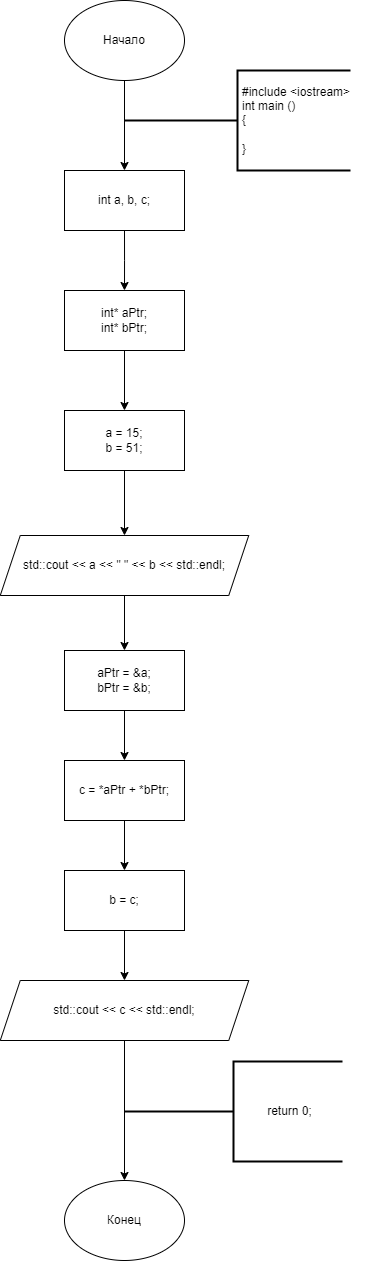
The draw.io diagram Labs_PSTU_2024/pointer_2/pointer_2.png in upupupahah/pupu, before a commit. Source tidied: cells renumbered, new cells last; positions are measured from the earlier drawing's top-left corner, leaving out a move shared by most shapes. Source of this version:
```xml
<mxGraphModel>
  <root>
    <mxCell id="0" />
    <mxCell id="1" parent="0" />
    <mxCell id="2" style="edgeStyle=orthogonalEdgeStyle;rounded=0;jettySize=auto;html=1;" parent="1" edge="1" source="3" target="5">
      <mxGeometry relative="1" as="geometry" />
    </mxCell>
    <mxCell id="3" value="Начало" style="ellipse;whiteSpace=wrap;html=1;" parent="1" vertex="1">
      <mxGeometry x="64" width="120" height="80" as="geometry" />
    </mxCell>
    <mxCell id="4" style="edgeStyle=orthogonalEdgeStyle;rounded=0;jettySize=auto;html=1;exitX=0.5;exitY=1;exitDx=0;exitDy=0;entryX=0.5;entryY=0;entryDx=0;entryDy=0;" parent="1" edge="1" source="5">
      <mxGeometry relative="1" as="geometry">
        <mxPoint x="124" y="290" as="targetPoint" />
      </mxGeometry>
    </mxCell>
    <mxCell id="5" value="int a, b, c;" style="whiteSpace=wrap;html=1;" parent="1" vertex="1">
      <mxGeometry x="64" y="170" width="120" height="60" as="geometry" />
    </mxCell>
    <mxCell id="6" style="strokeWidth=2;html=1;shape=mxgraph.flowchart.annotation_2;align=left;labelPosition=right;" parent="1" vertex="1">
      <mxGeometry x="124" y="70" width="226" height="100" as="geometry" />
    </mxCell>
    <mxCell id="7" value="#include &amp;lt;iostream&amp;gt;&lt;div&gt;int main ()&lt;/div&gt;&lt;div&gt;{&lt;/div&gt;&lt;div&gt;&lt;br&gt;&lt;/div&gt;&lt;div&gt;}&lt;/div&gt;" style="text;html=1;align=left;verticalAlign=middle;strokeColor=none;fillColor=none;" parent="1" vertex="1">
      <mxGeometry x="240" y="75" width="130" height="90" as="geometry" />
    </mxCell>
    <mxCell id="8" style="edgeStyle=orthogonalEdgeStyle;rounded=0;jettySize=auto;html=1;exitX=0.5;exitY=1;exitDx=0;exitDy=0;entryX=0.5;entryY=0;entryDx=0;entryDy=0;" parent="1" edge="1" source="9" target="11">
      <mxGeometry relative="1" as="geometry" />
    </mxCell>
    <mxCell id="9" value="int* aPtr;&lt;div&gt;int* bPtr;&lt;br&gt;&lt;/div&gt;" style="whiteSpace=wrap;html=1;" parent="1" vertex="1">
      <mxGeometry x="64" y="290" width="120" height="60" as="geometry" />
    </mxCell>
    <mxCell id="10" style="edgeStyle=orthogonalEdgeStyle;rounded=0;jettySize=auto;html=1;exitX=0.5;exitY=1;exitDx=0;exitDy=0;entryX=0.5;entryY=0;entryDx=0;entryDy=0;" parent="1" edge="1" source="11" target="13">
      <mxGeometry relative="1" as="geometry" />
    </mxCell>
    <mxCell id="11" value="a = 15;&lt;div&gt;b = 51;&lt;/div&gt;" style="whiteSpace=wrap;html=1;" parent="1" vertex="1">
      <mxGeometry x="64" y="410" width="120" height="60" as="geometry" />
    </mxCell>
    <mxCell id="12" style="edgeStyle=orthogonalEdgeStyle;rounded=0;jettySize=auto;html=1;exitX=0.5;exitY=1;exitDx=0;exitDy=0;entryX=0.5;entryY=0;entryDx=0;entryDy=0;" parent="1" edge="1" source="13" target="15">
      <mxGeometry relative="1" as="geometry" />
    </mxCell>
    <mxCell id="13" value="std::cout &amp;lt;&amp;lt; a &amp;lt;&amp;lt; &quot; &quot; &amp;lt;&amp;lt; b &amp;lt;&amp;lt; std::endl;" style="shape=parallelogram;perimeter=parallelogramPerimeter;whiteSpace=wrap;html=1;fixedSize=1;" parent="1" vertex="1">
      <mxGeometry x="-0.2" y="535" width="248.5" height="60" as="geometry" />
    </mxCell>
    <mxCell id="14" style="edgeStyle=orthogonalEdgeStyle;rounded=0;jettySize=auto;html=1;exitX=0.5;exitY=1;exitDx=0;exitDy=0;entryX=0.5;entryY=0;entryDx=0;entryDy=0;" parent="1" edge="1" source="15" target="17">
      <mxGeometry relative="1" as="geometry" />
    </mxCell>
    <mxCell id="15" value="aPtr = &amp;amp;a;&lt;div&gt;bPtr = &amp;amp;b;&lt;/div&gt;" style="whiteSpace=wrap;html=1;" parent="1" vertex="1">
      <mxGeometry x="64" y="650" width="120" height="60" as="geometry" />
    </mxCell>
    <mxCell id="16" style="edgeStyle=orthogonalEdgeStyle;rounded=0;jettySize=auto;html=1;exitX=0.5;exitY=1;exitDx=0;exitDy=0;" parent="1" edge="1" source="17" target="19">
      <mxGeometry relative="1" as="geometry" />
    </mxCell>
    <mxCell id="17" value="c = *aPtr + *bPtr;" style="whiteSpace=wrap;html=1;" parent="1" vertex="1">
      <mxGeometry x="64" y="760" width="120" height="60" as="geometry" />
    </mxCell>
    <mxCell id="18" style="edgeStyle=orthogonalEdgeStyle;rounded=0;jettySize=auto;html=1;exitX=0.5;exitY=1;exitDx=0;exitDy=0;entryX=0.5;entryY=0;entryDx=0;entryDy=0;" parent="1" edge="1" source="19" target="21">
      <mxGeometry relative="1" as="geometry" />
    </mxCell>
    <mxCell id="19" value="b = c;" style="whiteSpace=wrap;html=1;" parent="1" vertex="1">
      <mxGeometry x="64" y="870" width="120" height="60" as="geometry" />
    </mxCell>
    <mxCell id="20" style="edgeStyle=orthogonalEdgeStyle;rounded=0;jettySize=auto;html=1;exitX=0.5;exitY=1;exitDx=0;exitDy=0;entryX=0.5;entryY=0;entryDx=0;entryDy=0;" parent="1" edge="1" source="21" target="24">
      <mxGeometry relative="1" as="geometry" />
    </mxCell>
    <mxCell id="21" value="std::cout &amp;lt;&amp;lt; c &amp;lt;&amp;lt; std::endl;" style="shape=parallelogram;perimeter=parallelogramPerimeter;whiteSpace=wrap;html=1;fixedSize=1;" parent="1" vertex="1">
      <mxGeometry x="-0.2" y="980" width="248.5" height="60" as="geometry" />
    </mxCell>
    <mxCell id="22" style="strokeWidth=2;html=1;shape=mxgraph.flowchart.annotation_2;align=left;labelPosition=right;" parent="1" vertex="1">
      <mxGeometry x="124" y="1061" width="218" height="100" as="geometry" />
    </mxCell>
    <mxCell id="23" value="return 0;" style="text;html=1;align=center;verticalAlign=middle;strokeColor=none;fillColor=none;" parent="1" vertex="1">
      <mxGeometry x="253.6" y="1096" width="70" height="30" as="geometry" />
    </mxCell>
    <mxCell id="24" value="Конец" style="ellipse;whiteSpace=wrap;html=1;" parent="1" vertex="1">
      <mxGeometry x="64" y="1180" width="120" height="80" as="geometry" />
    </mxCell>
  </root>
</mxGraphModel>
```
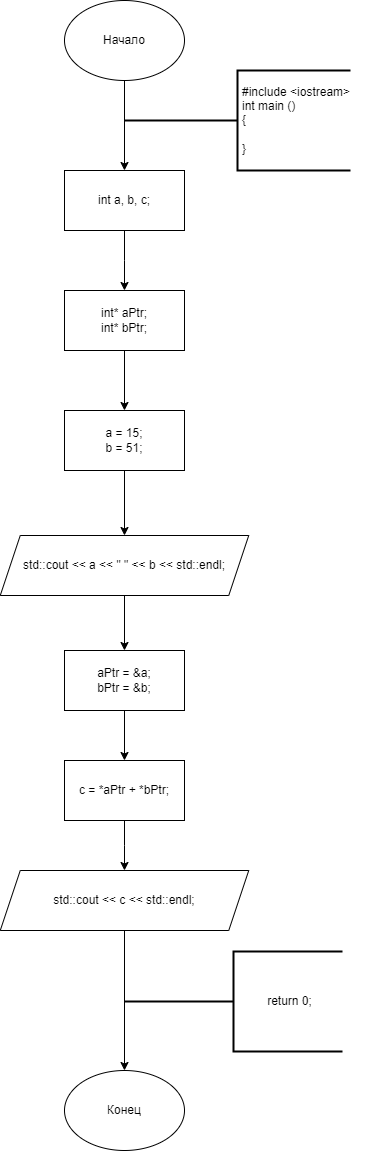
Later version of the same file.

Diff of the diagram source:
```diff
@@ -46,32 +46,28 @@
     <mxCell id="15" value="aPtr = &amp;amp;a;&lt;div&gt;bPtr = &amp;amp;b;&lt;/div&gt;" style="whiteSpace=wrap;html=1;" parent="1" vertex="1">
       <mxGeometry x="64" y="650" width="120" height="60" as="geometry" />
     </mxCell>
-    <mxCell id="16" style="edgeStyle=orthogonalEdgeStyle;rounded=0;jettySize=auto;html=1;exitX=0.5;exitY=1;exitDx=0;exitDy=0;" parent="1" edge="1" source="17" target="19">
-      <mxGeometry relative="1" as="geometry" />
+    <mxCell id="16" style="edgeStyle=orthogonalEdgeStyle;rounded=0;jettySize=auto;html=1;exitX=0.5;exitY=1;exitDx=0;exitDy=0;" parent="1" edge="1" source="17">
+      <mxGeometry relative="1" as="geometry">
+        <mxPoint x="124" y="870" as="targetPoint" />
+      </mxGeometry>
     </mxCell>
     <mxCell id="17" value="c = *aPtr + *bPtr;" style="whiteSpace=wrap;html=1;" parent="1" vertex="1">
       <mxGeometry x="64" y="760" width="120" height="60" as="geometry" />
     </mxCell>
-    <mxCell id="18" style="edgeStyle=orthogonalEdgeStyle;rounded=0;jettySize=auto;html=1;exitX=0.5;exitY=1;exitDx=0;exitDy=0;entryX=0.5;entryY=0;entryDx=0;entryDy=0;" parent="1" edge="1" source="19" target="21">
-      <mxGeometry relative="1" as="geometry" />
-    </mxCell>
-    <mxCell id="19" value="b = c;" style="whiteSpace=wrap;html=1;" parent="1" vertex="1">
-      <mxGeometry x="64" y="870" width="120" height="60" as="geometry" />
-    </mxCell>
     <mxCell id="20" style="edgeStyle=orthogonalEdgeStyle;rounded=0;jettySize=auto;html=1;exitX=0.5;exitY=1;exitDx=0;exitDy=0;entryX=0.5;entryY=0;entryDx=0;entryDy=0;" parent="1" edge="1" source="21" target="24">
       <mxGeometry relative="1" as="geometry" />
     </mxCell>
     <mxCell id="21" value="std::cout &amp;lt;&amp;lt; c &amp;lt;&amp;lt; std::endl;" style="shape=parallelogram;perimeter=parallelogramPerimeter;whiteSpace=wrap;html=1;fixedSize=1;" parent="1" vertex="1">
-      <mxGeometry x="-0.2" y="980" width="248.5" height="60" as="geometry" />
+      <mxGeometry x="-0.2" y="870" width="248.5" height="60" as="geometry" />
     </mxCell>
     <mxCell id="22" style="strokeWidth=2;html=1;shape=mxgraph.flowchart.annotation_2;align=left;labelPosition=right;" parent="1" vertex="1">
-      <mxGeometry x="124" y="1061" width="218" height="100" as="geometry" />
+      <mxGeometry x="124" y="951" width="218" height="100" as="geometry" />
     </mxCell>
     <mxCell id="23" value="return 0;" style="text;html=1;align=center;verticalAlign=middle;strokeColor=none;fillColor=none;" parent="1" vertex="1">
-      <mxGeometry x="253.6" y="1096" width="70" height="30" as="geometry" />
+      <mxGeometry x="253.6" y="986" width="70" height="30" as="geometry" />
     </mxCell>
     <mxCell id="24" value="Конец" style="ellipse;whiteSpace=wrap;html=1;" parent="1" vertex="1">
-      <mxGeometry x="64" y="1180" width="120" height="80" as="geometry" />
+      <mxGeometry x="64" y="1070" width="120" height="80" as="geometry" />
     </mxCell>
   </root>
 </mxGraphModel>
```
